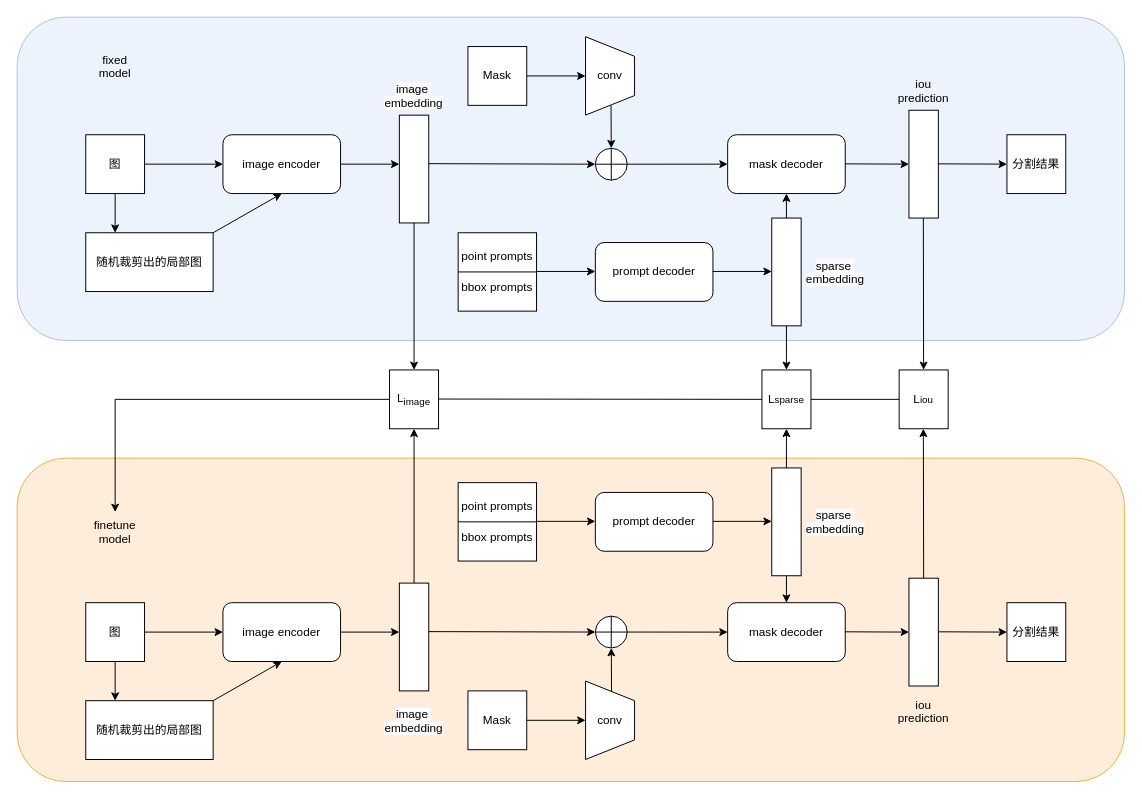
This is SAM-Med2D_fair.drawio from FiveYuanWashingMachine/ml_toolset, a draw.io file, before an edit. Source tidied: cells renumbered, new cells numbered last; positions are measured from the earlier drawing's top-left corner, leaving out a move shared by most shapes. Both pictures are drawn from the tidied source at 98%, with x=0, y=0 at pixel (17, 17).
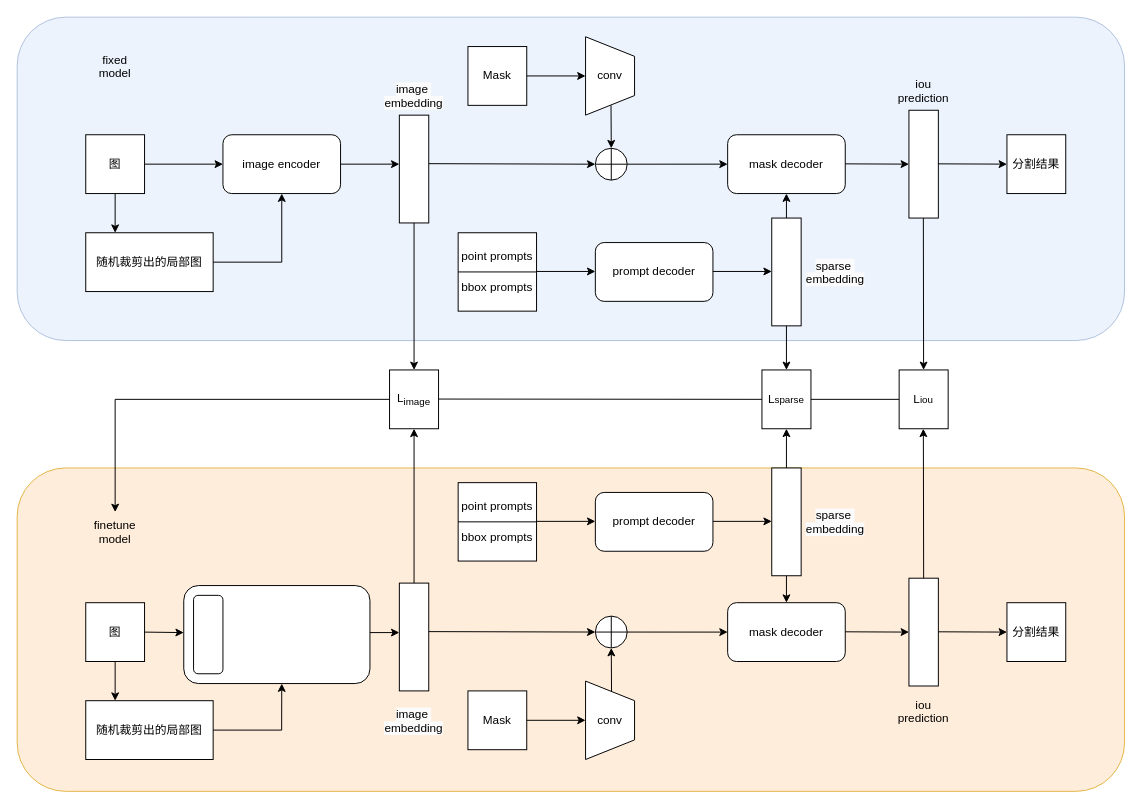
The same page after the edit.

The change refers to these unchanged cells:
```xml
<mxCell id="6" value="随机裁剪出的局部图" style="rounded=0;whiteSpace=wrap;html=1;" parent="1" vertex="1">
  <mxGeometry x="70" y="220" width="130" height="60" as="geometry" />
</mxCell>
<mxCell id="8" value="image encoder" style="rounded=1;whiteSpace=wrap;html=1;" parent="1" vertex="1">
  <mxGeometry x="210" y="120" width="120" height="60" as="geometry" />
</mxCell>
<mxCell id="36" value="图" style="rounded=0;whiteSpace=wrap;html=1;" parent="1" vertex="1">
  <mxGeometry x="70" y="597.5" width="60" height="60" as="geometry" />
</mxCell>
<mxCell id="38" value="随机裁剪出的局部图" style="rounded=0;whiteSpace=wrap;html=1;" parent="1" vertex="1">
  <mxGeometry x="70" y="697.5" width="130" height="60" as="geometry" />
</mxCell>
```

The edit, as a diff of the source:
```diff
@@
     <mxCell id="4" style="rounded=1;whiteSpace=wrap;html=1;labelBackgroundColor=none;textShadow=0;fillColor=#ffe6cc;strokeColor=#d79b00;opacity=70;" parent="1" vertex="1">
-      <mxGeometry y="450" width="1130" height="330" as="geometry" />
+      <mxGeometry y="460" width="1130" height="330" as="geometry" />
     </mxCell>
@@
-    <mxCell id="9" style="endArrow=classic;html=1;rounded=0;exitX=1;exitY=0;exitDx=0;exitDy=0;entryX=0.5;entryY=1;entryDx=0;entryDy=0;" parent="1" edge="1" source="6" target="8">
-      <mxGeometry relative="1" as="geometry" />
-    </mxCell>
@@
     <mxCell id="39" style="endArrow=classic;html=1;rounded=0;exitX=1;exitY=0.5;exitDx=0;exitDy=0;" parent="1" edge="1" source="36">
       <mxGeometry relative="1" as="geometry">
-        <mxPoint x="210" y="627.5" as="targetPoint" />
+        <mxPoint x="170" y="628" as="targetPoint" />
       </mxGeometry>
     </mxCell>
-    <mxCell id="40" value="image encoder" style="rounded=1;whiteSpace=wrap;html=1;" parent="1" vertex="1">
-      <mxGeometry x="210" y="597.5" width="120" height="60" as="geometry" />
+    <mxCell id="40" style="rounded=1;whiteSpace=wrap;html=1;" parent="1" vertex="1">
+      <mxGeometry x="170" y="580" width="190" height="100" as="geometry" />
     </mxCell>
-    <mxCell id="41" style="endArrow=classic;html=1;rounded=0;exitX=1;exitY=0;exitDx=0;exitDy=0;entryX=0.5;entryY=1;entryDx=0;entryDy=0;" parent="1" edge="1" source="38" target="40">
-      <mxGeometry relative="1" as="geometry" />
+    <mxCell id="41" style="endArrow=classic;html=1;rounded=0;" parent="1" edge="1">
+      <mxGeometry relative="1" as="geometry">
+        <mxPoint x="269.9" y="727.5" as="sourcePoint" />
+        <mxPoint x="270" y="680" as="targetPoint" />
+      </mxGeometry>
     </mxCell>
-    <mxCell id="42" style="endArrow=classic;html=1;rounded=0;exitX=1;exitY=0.5;exitDx=0;exitDy=0;" parent="1" edge="1" source="40">
+    <mxCell id="42" style="endArrow=classic;html=1;rounded=0;" parent="1" edge="1">
       <mxGeometry relative="1" as="geometry">
-        <mxPoint x="390" y="627.5" as="targetPoint" />
+        <mxPoint x="360" y="628" as="sourcePoint" />
+        <mxPoint x="390" y="628" as="targetPoint" />
       </mxGeometry>
     </mxCell>
@@
+    <mxCell id="83" style="endArrow=none;html=1;rounded=0;exitX=1;exitY=0.5;exitDx=0;exitDy=0;sourcePerimeterSpacing=-4;startSize=600;" parent="1" edge="1" source="6">
+      <mxGeometry relative="1" as="geometry">
+        <mxPoint x="270" y="250" as="targetPoint" />
+      </mxGeometry>
+    </mxCell>
+    <mxCell id="84" style="endArrow=classic;html=1;rounded=0;entryX=0.5;entryY=1;entryDx=0;entryDy=0;" parent="1" edge="1" target="8">
+      <mxGeometry relative="1" as="geometry">
+        <mxPoint x="270" y="250" as="sourcePoint" />
+      </mxGeometry>
+    </mxCell>
+    <mxCell id="85" style="endArrow=none;html=1;rounded=0;entryX=1;entryY=0.5;entryDx=0;entryDy=0;targetPerimeterSpacing=2;" parent="1" edge="1" target="38">
+      <mxGeometry relative="1" as="geometry">
+        <mxPoint x="270" y="727.5" as="sourcePoint" />
+      </mxGeometry>
+    </mxCell>
+    <mxCell id="86" style="rounded=1;whiteSpace=wrap;html=1;" parent="1" vertex="1">
+      <mxGeometry x="180" y="590" width="30" height="80" as="geometry" />
+    </mxCell>
```
